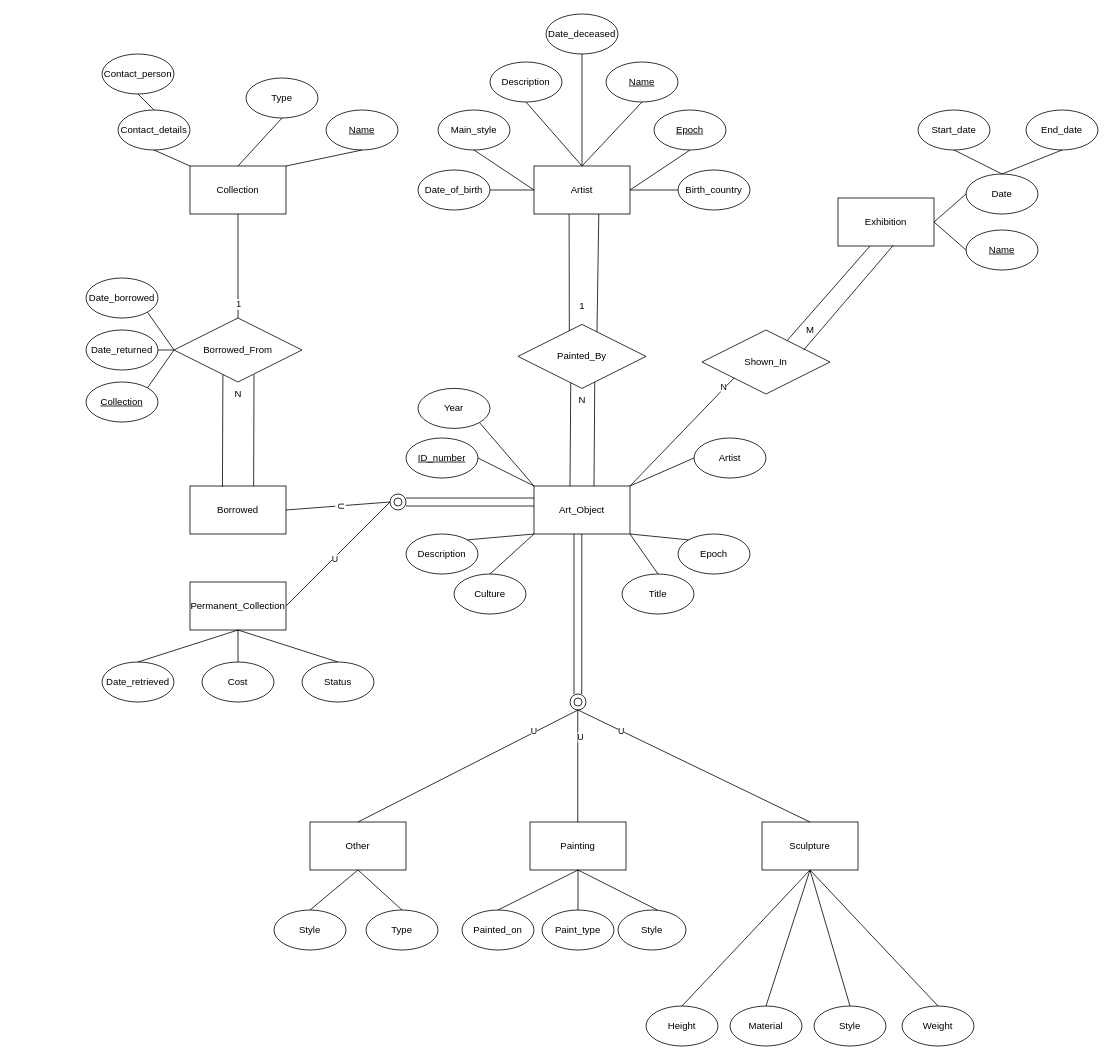
This is Untitled Diagram.drawio from ENSF-300-F23/museum-project-l03-35, a draw.io file, before an edit. Source tidied: cells renumbered, new cells numbered last; positions are measured from the earlier drawing's top-left corner, leaving out a move shared by most shapes. Both pictures are drawn from the tidied source at 80%, with x=0, y=0 at pixel (86, 14).
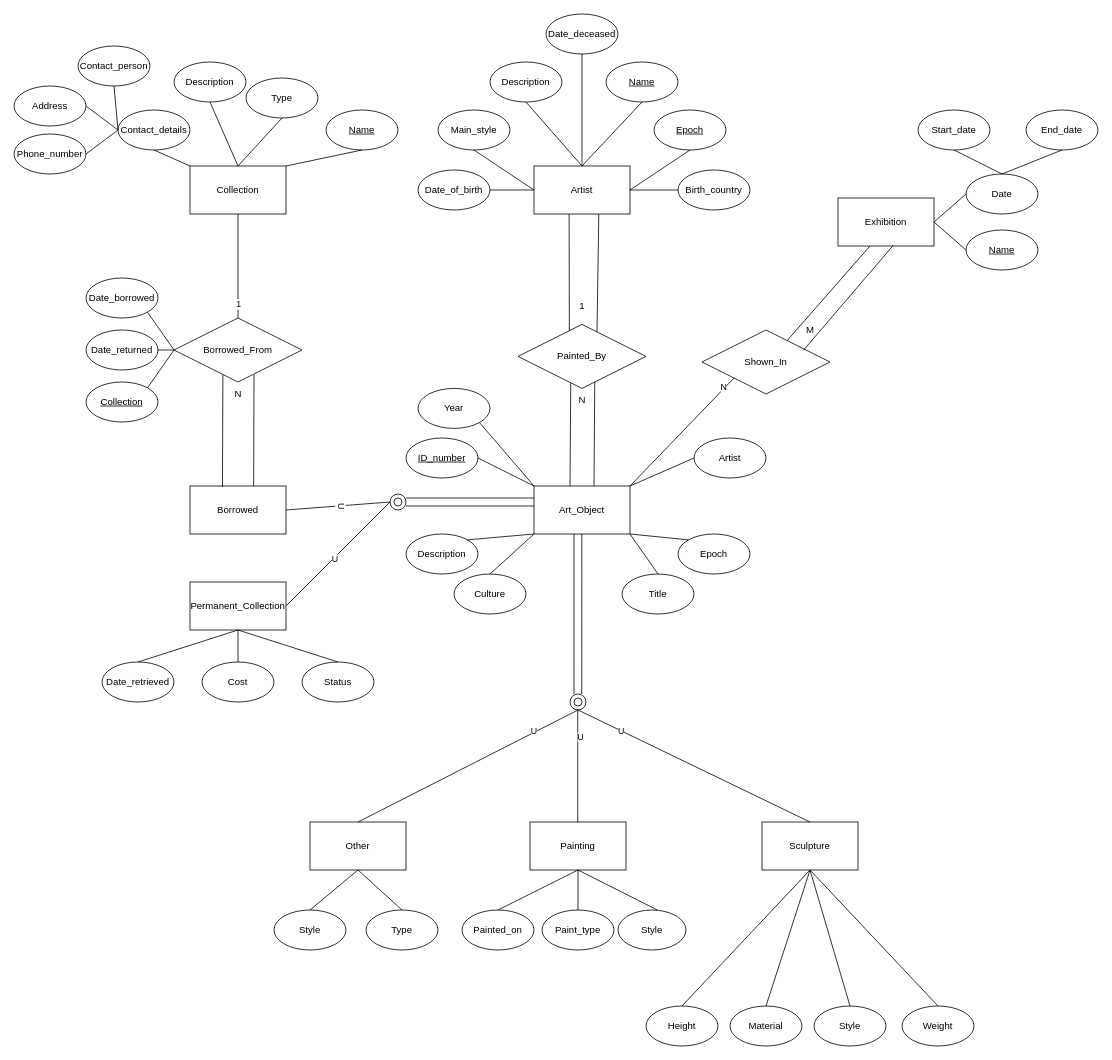
The same page after the edit.

Commit message:
Corrected error for "Collection" entity

Unchanged cells that the change refers to:
```xml
<mxCell id="2" value="Collection" style="rounded=0;whiteSpace=wrap;html=1;" parent="1" vertex="1">
  <mxGeometry x="130" y="190" width="120" height="60" as="geometry" />
</mxCell>
<mxCell id="6" value="Contact_details" style="ellipse;whiteSpace=wrap;html=1;" parent="1" vertex="1">
  <mxGeometry x="40" y="120" width="90" height="50" as="geometry" />
</mxCell>
```

What changed in the source:
```diff
@@
     <mxCell id="9" value="Contact_person" style="ellipse;whiteSpace=wrap;html=1;" parent="1" vertex="1">
-      <mxGeometry x="20" y="50" width="90" height="50" as="geometry" />
+      <mxGeometry x="-10" y="40" width="90" height="50" as="geometry" />
     </mxCell>
-    <mxCell id="10" style="endArrow=none;html=1;rounded=0;entryX=0.5;entryY=0;entryDx=0;entryDy=0;exitX=0.5;exitY=1;exitDx=0;exitDy=0;" parent="1" edge="1" source="9" target="6">
+    <mxCell id="10" style="endArrow=none;html=1;rounded=0;entryX=0;entryY=0.5;entryDx=0;entryDy=0;exitX=0.5;exitY=1;exitDx=0;exitDy=0;" parent="1" edge="1" source="9" target="6">
       <mxGeometry relative="1" as="geometry" />
     </mxCell>
@@
+    <mxCell id="122" value="Address" style="ellipse;whiteSpace=wrap;html=1;" parent="1" vertex="1">
+      <mxGeometry x="-90" y="90" width="90" height="50" as="geometry" />
+    </mxCell>
+    <mxCell id="123" value="Phone_number" style="ellipse;whiteSpace=wrap;html=1;" parent="1" vertex="1">
+      <mxGeometry x="-90" y="150" width="90" height="50" as="geometry" />
+    </mxCell>
+    <mxCell id="124" style="endArrow=none;html=1;rounded=0;fontSize=12;startSize=8;endSize=8;curved=1;exitX=0;exitY=0.5;exitDx=0;exitDy=0;entryX=1;entryY=0.5;entryDx=0;entryDy=0;" parent="1" edge="1" source="6" target="123">
+      <mxGeometry relative="1" as="geometry" />
+    </mxCell>
+    <mxCell id="125" style="endArrow=none;html=1;rounded=0;fontSize=12;startSize=8;endSize=8;curved=1;entryX=0;entryY=0.5;entryDx=0;entryDy=0;exitX=1;exitY=0.5;exitDx=0;exitDy=0;" parent="1" edge="1" source="122" target="6">
+      <mxGeometry relative="1" as="geometry" />
+    </mxCell>
+    <mxCell id="126" value="Description" style="ellipse;whiteSpace=wrap;html=1;" parent="1" vertex="1">
+      <mxGeometry x="110" y="60" width="90" height="50" as="geometry" />
+    </mxCell>
+    <mxCell id="127" style="endArrow=none;html=1;rounded=0;fontSize=12;startSize=8;endSize=8;curved=1;exitX=0.5;exitY=0;exitDx=0;exitDy=0;entryX=0.5;entryY=1;entryDx=0;entryDy=0;" parent="1" edge="1" source="2" target="126">
+      <mxGeometry relative="1" as="geometry" />
+    </mxCell>
```
